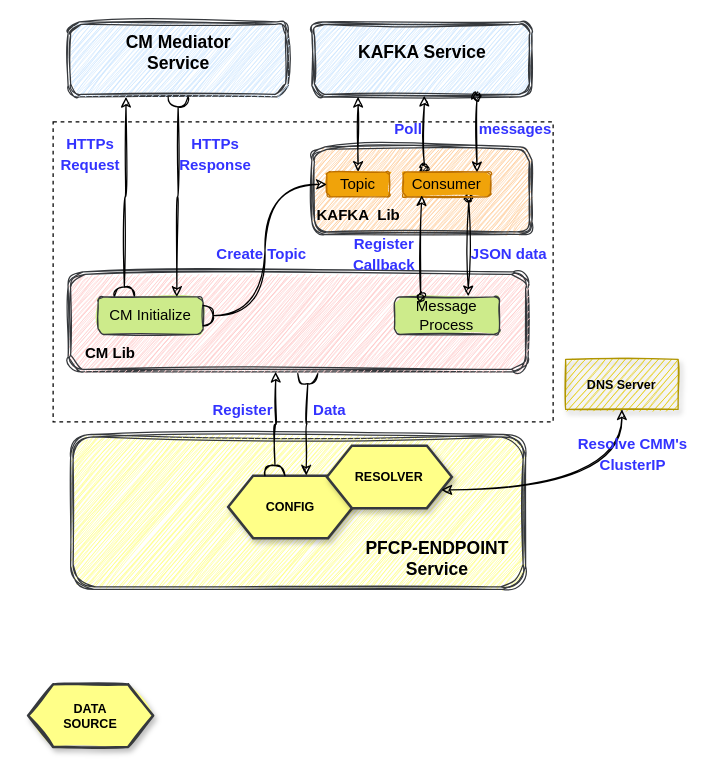
This is page "Config+DataSource" (3 of 4) of External_submodule.drawio from SunLucc/Test, a draw.io file, before an edit. Source tidied: cells renumbered, new cells numbered last; positions are measured from the earlier drawing's top-left corner, leaving out a move shared by most shapes. Both pictures are drawn from the tidied source at 125%, with x=0, y=0 at pixel (28, 21).
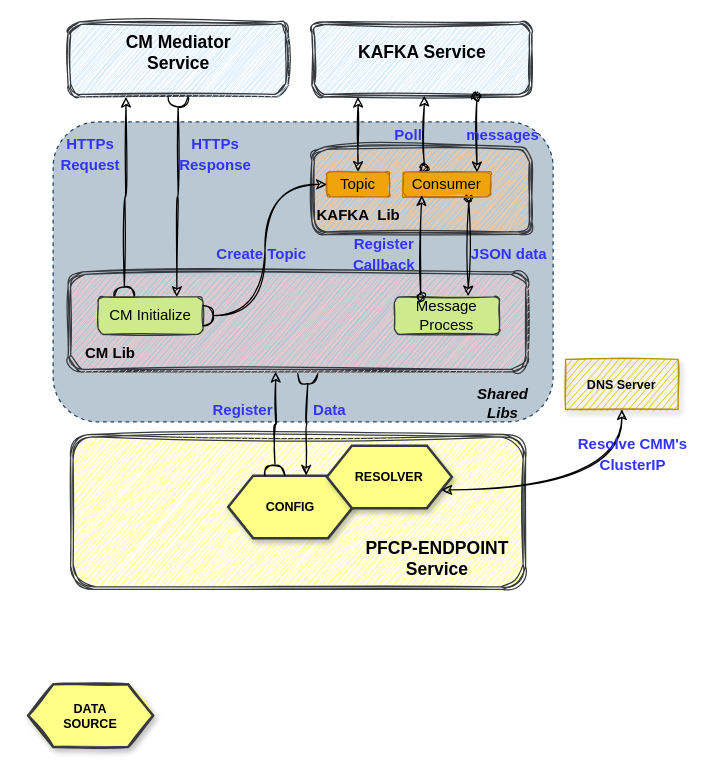
After the change.

The change refers to these unchanged cells:
```xml
<mxCell id="2" style="group;" parent="1" vertex="1">
  <mxGeometry x="10" width="527.5" height="444" as="geometry" />
</mxCell>
```

The edit, as a diff of the source:
```diff
@@
-    <mxCell id="3" style="rounded=0;whiteSpace=wrap;html=1;shadow=0;dashed=1;sketch=0;fillStyle=hachure;fontSize=12;fontColor=#000000;fillColor=default;gradientColor=none;" parent="2" vertex="1">
+    <mxCell id="3" style="rounded=1;whiteSpace=wrap;html=1;shadow=0;dashed=1;sketch=0;fillStyle=hachure;fontSize=12;fillColor=#bac8d3;strokeColor=#23445d;" parent="2" vertex="1">
       <mxGeometry x="10" y="80" width="400" height="240" as="geometry" />
     </mxCell>
@@
     <mxCell id="38" value="&lt;font style=&quot;font-size: 12px;&quot;&gt;messages&lt;/font&gt;" style="text;html=1;strokeColor=none;fillColor=none;align=center;verticalAlign=middle;whiteSpace=wrap;rounded=0;shadow=0;dashed=0;labelBackgroundColor=none;sketch=0;fillStyle=cross-hatch;fontFamily=Helvetica;fontSize=14;fontColor=#3333FF;fontStyle=1;" parent="2" vertex="1">
-      <mxGeometry x="350" y="75" width="60" height="20" as="geometry" />
+      <mxGeometry x="340" y="80" width="60" height="20" as="geometry" />
     </mxCell>
     <mxCell id="39" value="&lt;font style=&quot;font-size: 12px;&quot;&gt;Poll&lt;/font&gt;" style="text;html=1;strokeColor=none;fillColor=none;align=center;verticalAlign=middle;whiteSpace=wrap;rounded=0;shadow=0;dashed=0;labelBackgroundColor=none;sketch=0;fillStyle=cross-hatch;fontFamily=Helvetica;fontSize=14;fontColor=#3333FF;fontStyle=1;" parent="2" vertex="1">
-      <mxGeometry x="279" y="75" width="31" height="20" as="geometry" />
+      <mxGeometry x="279" y="80" width="31" height="20" as="geometry" />
     </mxCell>
@@
+    <mxCell id="45" value="&lt;b&gt;Shared Libs&lt;/b&gt;" style="text;html=1;strokeColor=none;fillColor=none;align=center;verticalAlign=middle;whiteSpace=wrap;rounded=0;shadow=0;sketch=0;fillStyle=solid;fontSize=12;fontColor=#000000;fontStyle=2;" parent="2" vertex="1">
+      <mxGeometry x="340" y="290" width="60" height="30" as="geometry" />
+    </mxCell>
```
